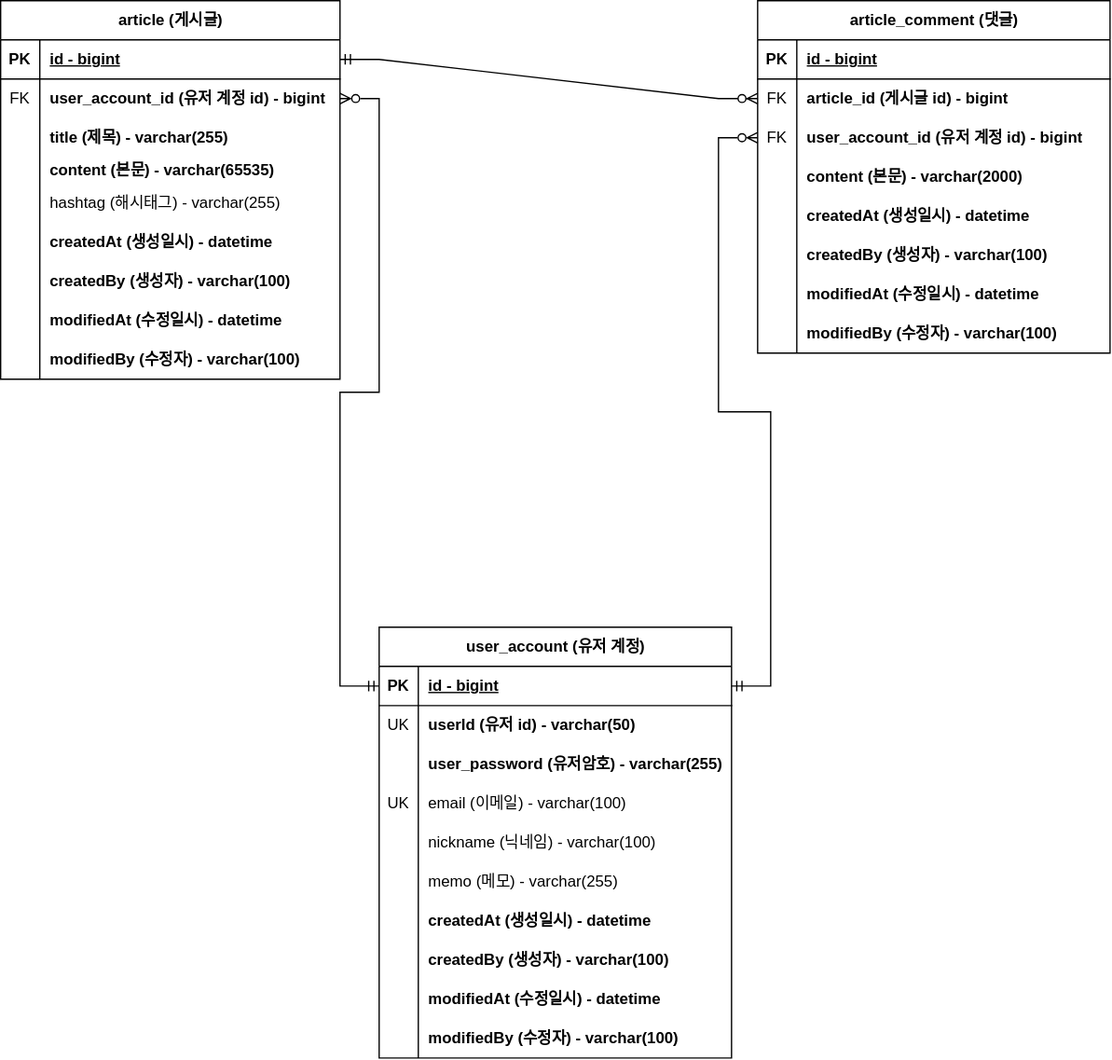
yjin0034/board-project keeps this draw.io diagram as document/board-project-erd.drawio.svg. Above is the earlier version. Source tidied: cells renumbered, new cells last; positions are measured from the earlier drawing's top-left corner, leaving out a move shared by most shapes.
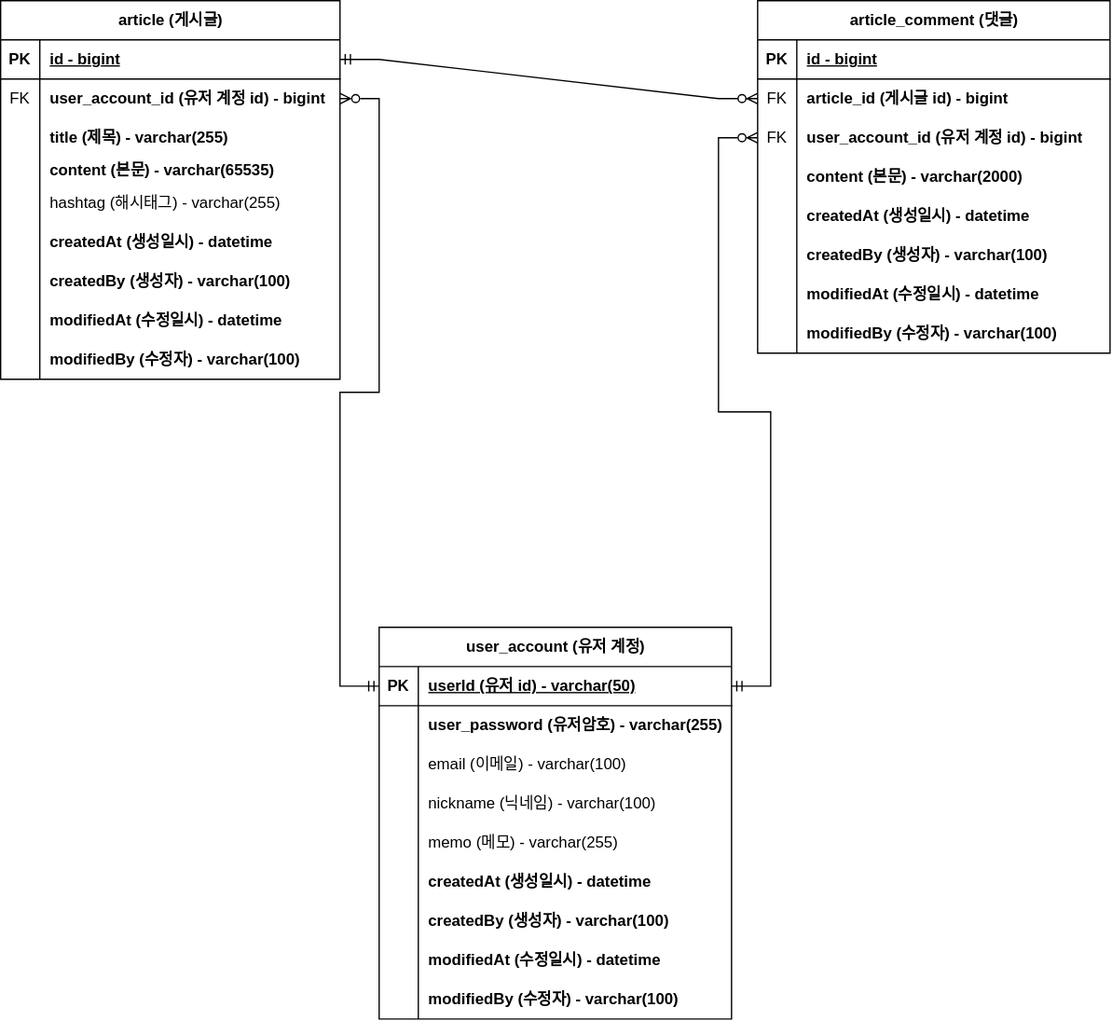
After the change.

Commit message:
#36 - ERD 문서 수정: 회원 계정 user_id 를 PK 로 변경

The edit, as a diff of the source:
```diff
@@ -165,7 +165,7 @@
       <mxGeometry relative="1" as="geometry" />
     </mxCell>
     <mxCell id="56" value="user_account (유저 계정)" style="shape=table;startSize=30;rowLines=0;fontStyle=1;align=center;html=1;" parent="1" vertex="1">
-      <mxGeometry x="300" y="480" width="270" height="330" as="geometry" />
+      <mxGeometry x="300" y="480" width="270" height="300" as="geometry" />
     </mxCell>
     <mxCell id="57" style="shape=tableRow;horizontal=0;startSize=0;swimlaneHead=0;swimlaneBody=0;fillColor=none;points=[[0,0.5],[1,0.5]];portConstraint=eastwest;top=0;left=0;right=0;bottom=1;" parent="56" vertex="1">
       <mxGeometry y="30" width="270" height="30" as="geometry" />
@@ -173,20 +173,11 @@
     <mxCell id="58" value="PK" style="shape=partialRectangle;fillColor=none;top=0;left=0;bottom=0;right=0;fontStyle=1;overflow=hidden;whiteSpace=wrap;html=1;" parent="57" vertex="1">
       <mxGeometry width="30" height="30" as="geometry" />
     </mxCell>
-    <mxCell id="59" value="id - bigint" style="shape=partialRectangle;fillColor=none;top=0;left=0;bottom=0;right=0;align=left;spacingLeft=6;fontStyle=5;overflow=hidden;whiteSpace=wrap;html=1;" parent="57" vertex="1">
+    <mxCell id="59" value="userId (유저 id) - varchar(50)" style="shape=partialRectangle;fillColor=none;top=0;left=0;bottom=0;right=0;align=left;spacingLeft=6;fontStyle=5;overflow=hidden;whiteSpace=wrap;html=1;" parent="57" vertex="1">
       <mxGeometry x="30" width="240" height="30" as="geometry" />
     </mxCell>
-    <mxCell id="60" style="shape=tableRow;horizontal=0;startSize=0;swimlaneHead=0;swimlaneBody=0;fillColor=none;top=0;left=0;right=0;bottom=0;" parent="56" vertex="1">
-      <mxGeometry y="60" width="270" height="30" as="geometry" />
-    </mxCell>
-    <mxCell id="61" value="UK" style="shape=partialRectangle;fillColor=none;top=0;left=0;bottom=0;right=0;overflow=hidden;whiteSpace=wrap;html=1;" parent="60" vertex="1">
-      <mxGeometry width="30" height="30" as="geometry" />
-    </mxCell>
-    <mxCell id="62" value="userId (유저 id) - varchar(50)" style="shape=partialRectangle;fillColor=none;top=0;left=0;bottom=0;right=0;align=left;spacingLeft=6;overflow=hidden;whiteSpace=wrap;html=1;fontStyle=1;" parent="60" vertex="1">
-      <mxGeometry x="30" width="240" height="30" as="geometry" />
-    </mxCell>
     <mxCell id="63" style="shape=tableRow;horizontal=0;startSize=0;swimlaneHead=0;swimlaneBody=0;fillColor=none;top=0;left=0;right=0;bottom=0;" parent="56" vertex="1">
-      <mxGeometry y="90" width="270" height="30" as="geometry" />
+      <mxGeometry y="60" width="270" height="30" as="geometry" />
     </mxCell>
     <mxCell id="64" style="shape=partialRectangle;fillColor=none;top=0;left=0;bottom=0;right=0;overflow=hidden;whiteSpace=wrap;html=1;" parent="63" vertex="1">
       <mxGeometry width="30" height="30" as="geometry" />
@@ -195,16 +186,16 @@
       <mxGeometry x="30" width="240" height="30" as="geometry" />
     </mxCell>
     <mxCell id="66" style="shape=tableRow;horizontal=0;startSize=0;swimlaneHead=0;swimlaneBody=0;fillColor=none;top=0;left=0;right=0;bottom=0;" parent="56" vertex="1">
-      <mxGeometry y="120" width="270" height="30" as="geometry" />
+      <mxGeometry y="90" width="270" height="30" as="geometry" />
     </mxCell>
-    <mxCell id="67" value="UK" style="shape=partialRectangle;fillColor=none;top=0;left=0;bottom=0;right=0;overflow=hidden;whiteSpace=wrap;html=1;" parent="66" vertex="1">
+    <mxCell id="67" style="shape=partialRectangle;fillColor=none;top=0;left=0;bottom=0;right=0;overflow=hidden;whiteSpace=wrap;html=1;" parent="66" vertex="1">
       <mxGeometry width="30" height="30" as="geometry" />
     </mxCell>
     <mxCell id="68" value="&lt;span style=&quot;font-weight: normal;&quot;&gt;email (이메일) - varchar(100)&lt;/span&gt;" style="shape=partialRectangle;fillColor=none;top=0;left=0;bottom=0;right=0;align=left;spacingLeft=6;overflow=hidden;whiteSpace=wrap;html=1;fontStyle=1;" parent="66" vertex="1">
       <mxGeometry x="30" width="240" height="30" as="geometry" />
     </mxCell>
     <mxCell id="69" style="shape=tableRow;horizontal=0;startSize=0;swimlaneHead=0;swimlaneBody=0;fillColor=none;top=0;left=0;right=0;bottom=0;" parent="56" vertex="1">
-      <mxGeometry y="150" width="270" height="30" as="geometry" />
+      <mxGeometry y="120" width="270" height="30" as="geometry" />
     </mxCell>
     <mxCell id="70" style="shape=partialRectangle;fillColor=none;top=0;left=0;bottom=0;right=0;overflow=hidden;whiteSpace=wrap;html=1;" parent="69" vertex="1">
       <mxGeometry width="30" height="30" as="geometry" />
@@ -213,7 +204,7 @@
       <mxGeometry x="30" width="240" height="30" as="geometry" />
     </mxCell>
     <mxCell id="72" style="shape=tableRow;horizontal=0;startSize=0;swimlaneHead=0;swimlaneBody=0;fillColor=none;top=0;left=0;right=0;bottom=0;" parent="56" vertex="1">
-      <mxGeometry y="180" width="270" height="30" as="geometry" />
+      <mxGeometry y="150" width="270" height="30" as="geometry" />
     </mxCell>
     <mxCell id="73" style="shape=partialRectangle;fillColor=none;top=0;left=0;bottom=0;right=0;overflow=hidden;whiteSpace=wrap;html=1;" parent="72" vertex="1">
       <mxGeometry width="30" height="30" as="geometry" />
@@ -222,7 +213,7 @@
       <mxGeometry x="30" width="240" height="30" as="geometry" />
     </mxCell>
     <mxCell id="75" style="shape=tableRow;horizontal=0;startSize=0;swimlaneHead=0;swimlaneBody=0;fillColor=none;top=0;left=0;right=0;bottom=0;" parent="56" vertex="1">
-      <mxGeometry y="210" width="270" height="30" as="geometry" />
+      <mxGeometry y="180" width="270" height="30" as="geometry" />
     </mxCell>
     <mxCell id="76" style="shape=partialRectangle;fillColor=none;top=0;left=0;bottom=0;right=0;overflow=hidden;whiteSpace=wrap;html=1;" parent="75" vertex="1">
       <mxGeometry width="30" height="30" as="geometry" />
@@ -231,7 +222,7 @@
       <mxGeometry x="30" width="240" height="30" as="geometry" />
     </mxCell>
     <mxCell id="78" style="shape=tableRow;horizontal=0;startSize=0;swimlaneHead=0;swimlaneBody=0;fillColor=none;top=0;left=0;right=0;bottom=0;" parent="56" vertex="1">
-      <mxGeometry y="240" width="270" height="30" as="geometry" />
+      <mxGeometry y="210" width="270" height="30" as="geometry" />
     </mxCell>
     <mxCell id="79" style="shape=partialRectangle;fillColor=none;top=0;left=0;bottom=0;right=0;overflow=hidden;whiteSpace=wrap;html=1;" parent="78" vertex="1">
       <mxGeometry width="30" height="30" as="geometry" />
@@ -240,7 +231,7 @@
       <mxGeometry x="30" width="240" height="30" as="geometry" />
     </mxCell>
     <mxCell id="81" style="shape=tableRow;horizontal=0;startSize=0;swimlaneHead=0;swimlaneBody=0;fillColor=none;top=0;left=0;right=0;bottom=0;" parent="56" vertex="1">
-      <mxGeometry y="270" width="270" height="30" as="geometry" />
+      <mxGeometry y="240" width="270" height="30" as="geometry" />
     </mxCell>
     <mxCell id="82" style="shape=partialRectangle;fillColor=none;top=0;left=0;bottom=0;right=0;overflow=hidden;whiteSpace=wrap;html=1;" parent="81" vertex="1">
       <mxGeometry width="30" height="30" as="geometry" />
@@ -249,7 +240,7 @@
       <mxGeometry x="30" width="240" height="30" as="geometry" />
     </mxCell>
     <mxCell id="84" style="shape=tableRow;horizontal=0;startSize=0;swimlaneHead=0;swimlaneBody=0;fillColor=none;top=0;left=0;right=0;bottom=0;" parent="56" vertex="1">
-      <mxGeometry y="300" width="270" height="30" as="geometry" />
+      <mxGeometry y="270" width="270" height="30" as="geometry" />
     </mxCell>
     <mxCell id="85" style="shape=partialRectangle;fillColor=none;top=0;left=0;bottom=0;right=0;overflow=hidden;whiteSpace=wrap;html=1;" parent="84" vertex="1">
       <mxGeometry width="30" height="30" as="geometry" />
```
